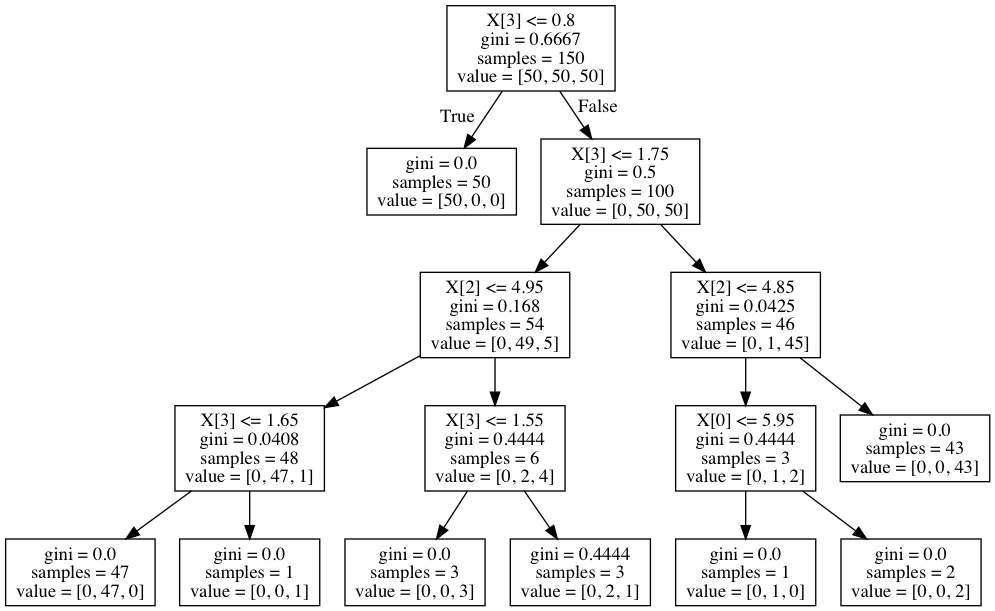
Earlier version of the Graphviz export tree_4.png (DLA94/Pattern-Mining-Rule-Extraction). Its source is kept beside it as tree_4.dot.
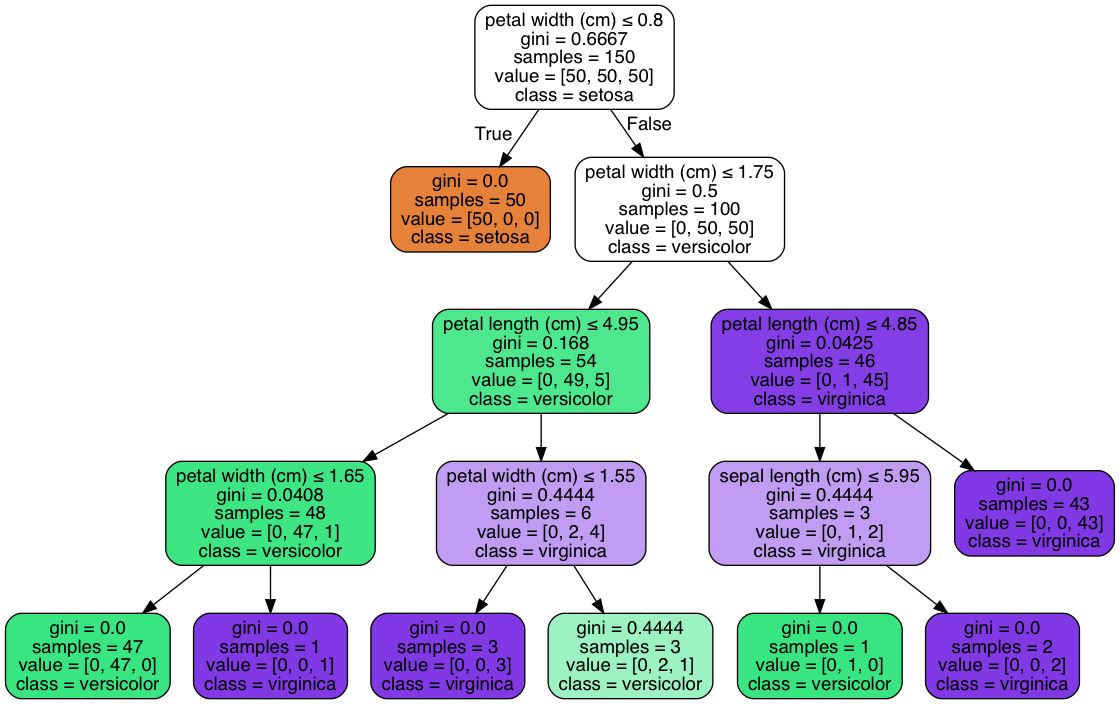
The same diagram one commit later.

Change to the diagram source:
```diff
@@ -1,32 +1,33 @@
 digraph Tree {
-node [shape=box] ;
-0 [label="X[3] <= 0.8\ngini = 0.6667\nsamples = 150\nvalue = [50, 50, 50]"] ;
-1 [label="gini = 0.0\nsamples = 50\nvalue = [50, 0, 0]"] ;
+node [shape=box, style="filled, rounded", color="black", fontname=helvetica] ;
+edge [fontname=helvetica] ;
+0 [label=<petal width (cm) &le; 0.8<br/>gini = 0.6667<br/>samples = 150<br/>value = [50, 50, 50]<br/>class = setosa>, fillcolor="#e5813900"] ;
+1 [label=<gini = 0.0<br/>samples = 50<br/>value = [50, 0, 0]<br/>class = setosa>, fillcolor="#e58139ff"] ;
 0 -> 1 [labeldistance=2.5, labelangle=45, headlabel="True"] ;
-2 [label="X[3] <= 1.75\ngini = 0.5\nsamples = 100\nvalue = [0, 50, 50]"] ;
+2 [label=<petal width (cm) &le; 1.75<br/>gini = 0.5<br/>samples = 100<br/>value = [0, 50, 50]<br/>class = versicolor>, fillcolor="#39e58100"] ;
 0 -> 2 [labeldistance=2.5, labelangle=-45, headlabel="False"] ;
-3 [label="X[2] <= 4.95\ngini = 0.168\nsamples = 54\nvalue = [0, 49, 5]"] ;
+3 [label=<petal length (cm) &le; 4.95<br/>gini = 0.168<br/>samples = 54<br/>value = [0, 49, 5]<br/>class = versicolor>, fillcolor="#39e581e5"] ;
 2 -> 3 ;
-4 [label="X[3] <= 1.65\ngini = 0.0408\nsamples = 48\nvalue = [0, 47, 1]"] ;
+4 [label=<petal width (cm) &le; 1.65<br/>gini = 0.0408<br/>samples = 48<br/>value = [0, 47, 1]<br/>class = versicolor>, fillcolor="#39e581fa"] ;
 3 -> 4 ;
-5 [label="gini = 0.0\nsamples = 47\nvalue = [0, 47, 0]"] ;
+5 [label=<gini = 0.0<br/>samples = 47<br/>value = [0, 47, 0]<br/>class = versicolor>, fillcolor="#39e581ff"] ;
 4 -> 5 ;
-6 [label="gini = 0.0\nsamples = 1\nvalue = [0, 0, 1]"] ;
+6 [label=<gini = 0.0<br/>samples = 1<br/>value = [0, 0, 1]<br/>class = virginica>, fillcolor="#8139e5ff"] ;
 4 -> 6 ;
-7 [label="X[3] <= 1.55\ngini = 0.4444\nsamples = 6\nvalue = [0, 2, 4]"] ;
+7 [label=<petal width (cm) &le; 1.55<br/>gini = 0.4444<br/>samples = 6<br/>value = [0, 2, 4]<br/>class = virginica>, fillcolor="#8139e57f"] ;
 3 -> 7 ;
-8 [label="gini = 0.0\nsamples = 3\nvalue = [0, 0, 3]"] ;
+8 [label=<gini = 0.0<br/>samples = 3<br/>value = [0, 0, 3]<br/>class = virginica>, fillcolor="#8139e5ff"] ;
 7 -> 8 ;
-9 [label="gini = 0.4444\nsamples = 3\nvalue = [0, 2, 1]"] ;
+9 [label=<gini = 0.4444<br/>samples = 3<br/>value = [0, 2, 1]<br/>class = versicolor>, fillcolor="#39e5817f"] ;
 7 -> 9 ;
-10 [label="X[2] <= 4.85\ngini = 0.0425\nsamples = 46\nvalue = [0, 1, 45]"] ;
+10 [label=<petal length (cm) &le; 4.85<br/>gini = 0.0425<br/>samples = 46<br/>value = [0, 1, 45]<br/>class = virginica>, fillcolor="#8139e5f9"] ;
 2 -> 10 ;
-11 [label="X[0] <= 5.95\ngini = 0.4444\nsamples = 3\nvalue = [0, 1, 2]"] ;
+11 [label=<sepal length (cm) &le; 5.95<br/>gini = 0.4444<br/>samples = 3<br/>value = [0, 1, 2]<br/>class = virginica>, fillcolor="#8139e57f"] ;
 10 -> 11 ;
-12 [label="gini = 0.0\nsamples = 1\nvalue = [0, 1, 0]"] ;
+12 [label=<gini = 0.0<br/>samples = 1<br/>value = [0, 1, 0]<br/>class = versicolor>, fillcolor="#39e581ff"] ;
 11 -> 12 ;
-13 [label="gini = 0.0\nsamples = 2\nvalue = [0, 0, 2]"] ;
+13 [label=<gini = 0.0<br/>samples = 2<br/>value = [0, 0, 2]<br/>class = virginica>, fillcolor="#8139e5ff"] ;
 11 -> 13 ;
-14 [label="gini = 0.0\nsamples = 43\nvalue = [0, 0, 43]"] ;
+14 [label=<gini = 0.0<br/>samples = 43<br/>value = [0, 0, 43]<br/>class = virginica>, fillcolor="#8139e5ff"] ;
 10 -> 14 ;
 }
```
